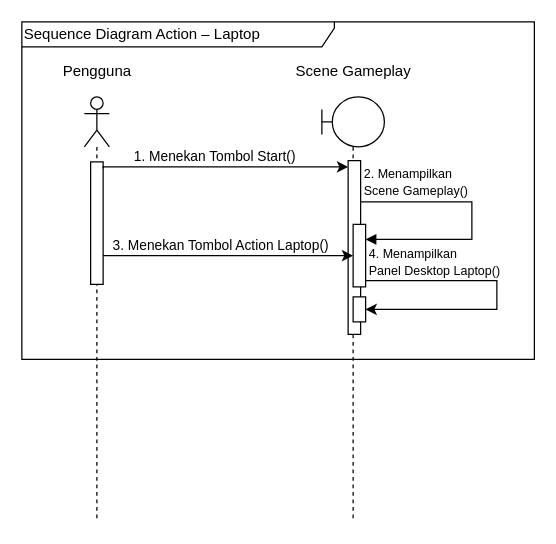
Before: skripsi/skripsi/gambar/BAB III/Sequence Diagram/Sequence Diagram Action – Laptop.drawio in hako-975/UNPAM-File, a draw.io diagram. Source tidied: cells renumbered, new cells numbered last; positions are measured from the earlier drawing's top-left corner, leaving out a move shared by most shapes. Both pictures are drawn from the tidied source at 125%, with x=0, y=0 at pixel (21, 21).
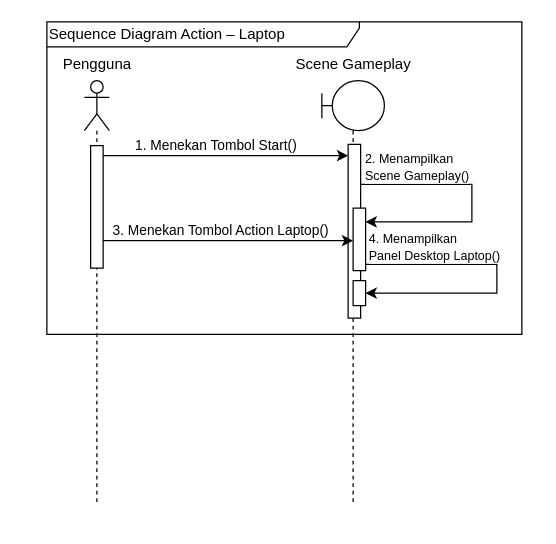
The same page after the edit.

Unchanged cells that the change refers to:
```xml
<mxCell id="3" style="html=1;points=[[0,0,0,0,5],[0,1,0,0,-5],[1,0,0,0,5],[1,1,0,0,-5]];perimeter=orthogonalPerimeter;outlineConnect=0;targetShapes=umlLifeline;portConstraint=eastwest;newEdgeStyle={&quot;curved&quot;:0,&quot;rounded&quot;:0};" parent="2" vertex="1">
  <mxGeometry x="5" y="52" width="10" height="98" as="geometry" />
</mxCell>
<mxCell id="7" style="html=1;points=[[0,0,0,0,5],[0,1,0,0,-5],[1,0,0,0,5],[1,1,0,0,-5]];perimeter=orthogonalPerimeter;outlineConnect=0;targetShapes=umlLifeline;portConstraint=eastwest;newEdgeStyle={&quot;curved&quot;:0,&quot;rounded&quot;:0};" parent="6" vertex="1">
  <mxGeometry x="21" y="51" width="10" height="139" as="geometry" />
</mxCell>
<mxCell id="10" style="html=1;points=[[0,0,0,0,5],[0,1,0,0,-5],[1,0,0,0,5],[1,1,0,0,-5]];perimeter=orthogonalPerimeter;outlineConnect=0;targetShapes=umlLifeline;portConstraint=eastwest;newEdgeStyle={&quot;curved&quot;:0,&quot;rounded&quot;:0};" parent="6" vertex="1">
  <mxGeometry x="25" y="102" width="10" height="50" as="geometry" />
</mxCell>
```

The edit, as a diff of the source:
```diff
@@
     <mxCell id="2" value="&lt;div&gt;&lt;/div&gt;" style="shape=umlLifeline;perimeter=lifelinePerimeter;whiteSpace=wrap;html=1;newEdgeStyle={&quot;curved&quot;:0,&quot;rounded&quot;:0};participant=umlActor;size=40;" parent="1" vertex="1">
-      <mxGeometry x="50" y="60" width="20" height="340" as="geometry" />
+      <mxGeometry x="50" y="47" width="20" height="340" as="geometry" />
     </mxCell>
@@
     <mxCell id="4" value="&lt;div&gt;Pengguna&lt;/div&gt;" style="text;html=1;align=center;verticalAlign=middle;strokeColor=none;fillColor=none;" parent="1" vertex="1">
-      <mxGeometry x="20" y="25" width="80" height="30" as="geometry" />
+      <mxGeometry x="20" y="19" width="80" height="30" as="geometry" />
     </mxCell>
     <mxCell id="5" value="Sequence Diagram Action – Laptop" style="shape=umlFrame;whiteSpace=wrap;html=1;width=250;height=20;align=left;" parent="1" vertex="1">
-      <mxGeometry width="410" height="270" as="geometry" />
+      <mxGeometry x="20" width="380" height="250" as="geometry" />
     </mxCell>
     <mxCell id="6" style="shape=umlLifeline;perimeter=lifelinePerimeter;whiteSpace=wrap;html=1;newEdgeStyle={&quot;curved&quot;:0,&quot;rounded&quot;:0};participant=umlBoundary;" parent="1" vertex="1">
-      <mxGeometry x="240" y="60" width="50" height="339" as="geometry" />
+      <mxGeometry x="240" y="47" width="50" height="339" as="geometry" />
     </mxCell>
@@
-    <mxCell id="8" style="html=1;align=left;spacingLeft=2;endArrow=block;rounded=0;edgeStyle=orthogonalEdgeStyle;curved=0;rounded=0;" parent="6" edge="1" source="7" target="10">
-      <mxGeometry x="-1" y="22" relative="1" as="geometry">
-        <Array as="points">
-          <mxPoint x="120" y="84" />
-          <mxPoint x="120" y="114" />
-        </Array>
-      </mxGeometry>
-    </mxCell>
@@
+    <mxCell id="19" style="edgeStyle=orthogonalEdgeStyle;rounded=0;jettySize=auto;html=1;curved=0;" parent="6" edge="1" source="7">
+      <mxGeometry relative="1" as="geometry">
+        <mxPoint x="35" y="113" as="targetPoint" />
+        <Array as="points">
+          <mxPoint x="120" y="83" />
+          <mxPoint x="120" y="113" />
+        </Array>
+      </mxGeometry>
+    </mxCell>
     <mxCell id="12" value="&lt;div&gt;Scene Gameplay&lt;/div&gt;" style="text;html=1;align=center;verticalAlign=middle;strokeColor=none;fillColor=none;" parent="1" vertex="1">
-      <mxGeometry x="205" y="25" width="120" height="30" as="geometry" />
+      <mxGeometry x="205" y="19" width="120" height="30" as="geometry" />
     </mxCell>
-    <mxCell id="13" style="edgeStyle=orthogonalEdgeStyle;rounded=0;jettySize=auto;html=1;curved=0;entryX=0;entryY=0;entryDx=0;entryDy=5;entryPerimeter=0;exitX=1;exitY=0;exitDx=0;exitDy=5;exitPerimeter=0;" parent="1" edge="1" source="3" target="7">
+    <mxCell id="13" style="rounded=0;orthogonalLoop=1;jettySize=auto;html=1;exitX=1;exitY=0;exitDx=0;exitDy=5;exitPerimeter=0;" parent="1" edge="1">
       <mxGeometry relative="1" as="geometry">
-        <Array as="points">
-          <mxPoint x="65" y="116" />
-        </Array>
+        <mxPoint x="65" y="107" as="sourcePoint" />
+        <mxPoint x="261" y="107" as="targetPoint" />
       </mxGeometry>
     </mxCell>
@@
     <mxCell id="15" value="&lt;span style=&quot;font-size: 10px;&quot;&gt;2. Menampilkan&amp;nbsp;&lt;/span&gt;&lt;div&gt;&lt;span style=&quot;font-size: 10px;&quot;&gt;Scene&amp;nbsp;&lt;/span&gt;&lt;span style=&quot;font-size: 10px;&quot;&gt;Gameplay()&lt;/span&gt;&lt;/div&gt;" style="edgeLabel;html=1;align=left;verticalAlign=middle;" parent="13" vertex="1">
       <mxGeometry x="-0.33" y="1" relative="1" as="geometry">
-        <mxPoint x="142" y="12" as="offset" />
+        <mxPoint x="142" y="9" as="offset" />
       </mxGeometry>
     </mxCell>
-    <mxCell id="16" style="edgeStyle=orthogonalEdgeStyle;rounded=0;jettySize=auto;html=1;curved=0;" parent="1" edge="1" source="3" target="10">
+    <mxCell id="16" style="edgeStyle=orthogonalEdgeStyle;rounded=0;orthogonalLoop=1;jettySize=auto;html=1;curved=0;" parent="1" edge="1">
       <mxGeometry relative="1" as="geometry">
+        <mxPoint x="65" y="175" as="sourcePoint" />
+        <mxPoint x="265" y="175" as="targetPoint" />
         <Array as="points">
-          <mxPoint x="110" y="187" />
-          <mxPoint x="110" y="187" />
+          <mxPoint x="110" y="175" />
+          <mxPoint x="110" y="175" />
         </Array>
       </mxGeometry>
     </mxCell>
     <mxCell id="17" value="3. Menekan Tombol Action Laptop()" style="edgeLabel;html=1;align=left;verticalAlign=middle;" parent="1" vertex="1">
-      <mxGeometry x="71" y="178" as="geometry" />
+      <mxGeometry x="71" y="166" as="geometry" />
     </mxCell>
     <mxCell id="18" value="&lt;span style=&quot;font-size: 10px;&quot;&gt;4. Menampilkan&amp;nbsp;&lt;/span&gt;&lt;div&gt;&lt;span style=&quot;font-size: 10px;&quot;&gt;Panel Desktop Laptop&lt;/span&gt;&lt;span style=&quot;font-size: 10px;&quot;&gt;()&lt;/span&gt;&lt;/div&gt;" style="edgeLabel;html=1;align=left;verticalAlign=middle;" parent="1" vertex="1">
-      <mxGeometry x="276" y="191" as="geometry" />
+      <mxGeometry x="276" y="179" as="geometry" />
     </mxCell>
```
